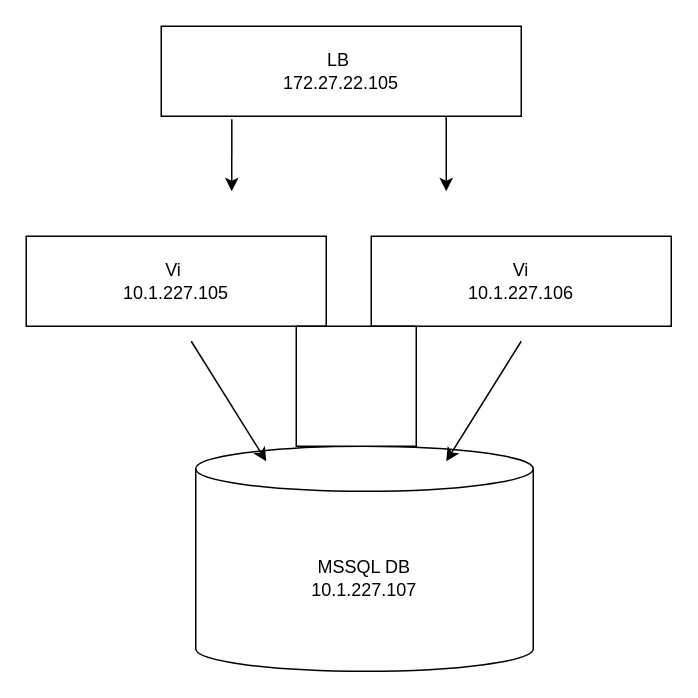
Before: Untitled Diagram.drawio in abshah93/ABC, a draw.io diagram. Source tidied: cells renumbered, new cells numbered last; positions are measured from the earlier drawing's top-left corner, leaving out a move shared by most shapes. Both pictures are drawn from the tidied source at 150%, with x=0, y=0 at pixel (26, 26).
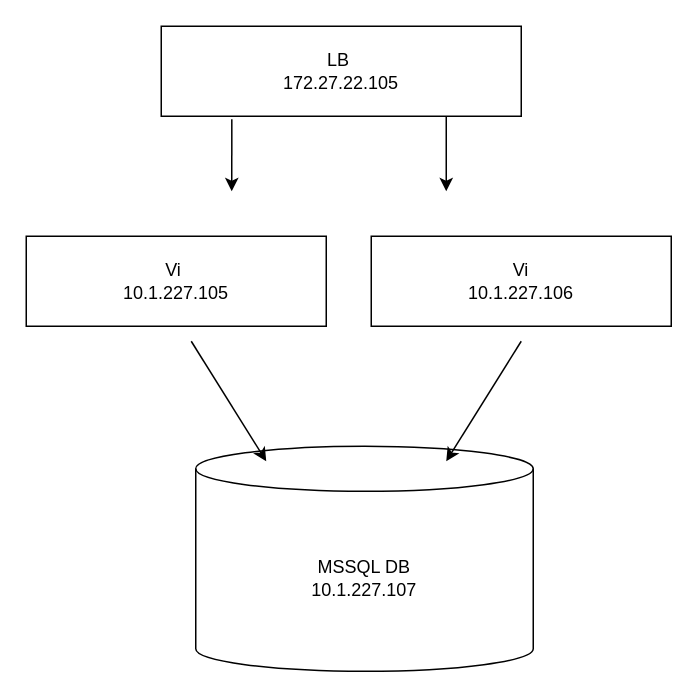
After the change.

What changed in the source:
```diff
@@
 <mxGraphModel>
   <root>
     <mxCell id="0" />
     <mxCell id="1" parent="0" />
     <mxCell id="2" value="LB&amp;nbsp;&lt;br&gt;172.27.22.105" style="rounded=0;whiteSpace=wrap;html=1;" parent="1" vertex="1">
       <mxGeometry x="90" width="240" height="60" as="geometry" />
     </mxCell>
     <mxCell id="3" value="Vi&amp;nbsp;&lt;br&gt;10.1.227.105" style="rounded=0;whiteSpace=wrap;html=1;" parent="1" vertex="1">
       <mxGeometry y="140" width="200" height="60" as="geometry" />
     </mxCell>
     <mxCell id="4" value="Vi&lt;br&gt;10.1.227.106" style="rounded=0;whiteSpace=wrap;html=1;" parent="1" vertex="1">
       <mxGeometry x="230" y="140" width="200" height="60" as="geometry" />
     </mxCell>
     <mxCell id="5" value="MSSQL DB&lt;br&gt;10.1.227.107" style="shape=cylinder3;whiteSpace=wrap;html=1;boundedLbl=1;backgroundOutline=1;size=15;" parent="1" vertex="1">
       <mxGeometry x="113" y="280" width="225" height="150" as="geometry" />
     </mxCell>
     <mxCell id="6" style="endArrow=classic;html=1;rounded=0;" parent="1" edge="1">
       <mxGeometry relative="1" as="geometry">
         <mxPoint x="280" y="60" as="sourcePoint" />
         <mxPoint x="280" y="110" as="targetPoint" />
       </mxGeometry>
     </mxCell>
     <mxCell id="7" style="endArrow=classic;html=1;rounded=0;exitX=0.196;exitY=1.033;exitDx=0;exitDy=0;exitPerimeter=0;" parent="1" edge="1" source="2">
       <mxGeometry relative="1" as="geometry">
         <mxPoint x="137" y="110" as="targetPoint" />
       </mxGeometry>
     </mxCell>
     <mxCell id="8" style="endArrow=classic;html=1;rounded=0;" parent="1" edge="1">
       <mxGeometry relative="1" as="geometry">
         <mxPoint x="110" y="210" as="sourcePoint" />
         <mxPoint x="160" y="290" as="targetPoint" />
       </mxGeometry>
     </mxCell>
     <mxCell id="9" style="endArrow=classic;html=1;rounded=0;" parent="1" edge="1">
       <mxGeometry relative="1" as="geometry">
         <mxPoint x="330" y="210" as="sourcePoint" />
         <mxPoint x="280" y="290" as="targetPoint" />
       </mxGeometry>
     </mxCell>
-    <mxCell id="10" style="whiteSpace=wrap;html=1;" parent="1" vertex="1">
-      <mxGeometry x="180" y="200" width="80" height="80" as="geometry" />
-    </mxCell>
   </root>
 </mxGraphModel>
```
